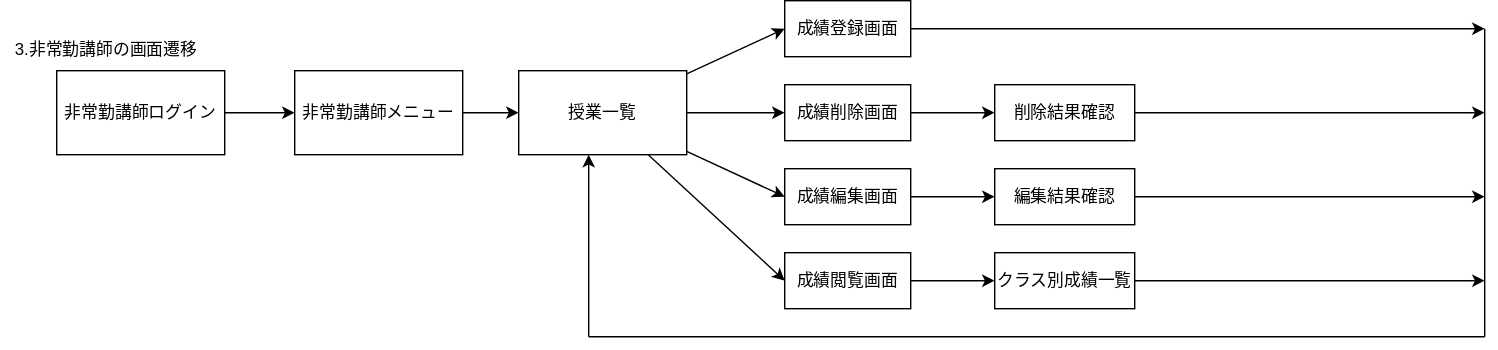
Skypeace8585/uml-introduction keeps this draw.io diagram as teamG5.drawio.svg. Above is the earlier version. Source tidied: cells renumbered, new cells last; positions are measured from the earlier drawing's top-left corner, leaving out a move shared by most shapes.
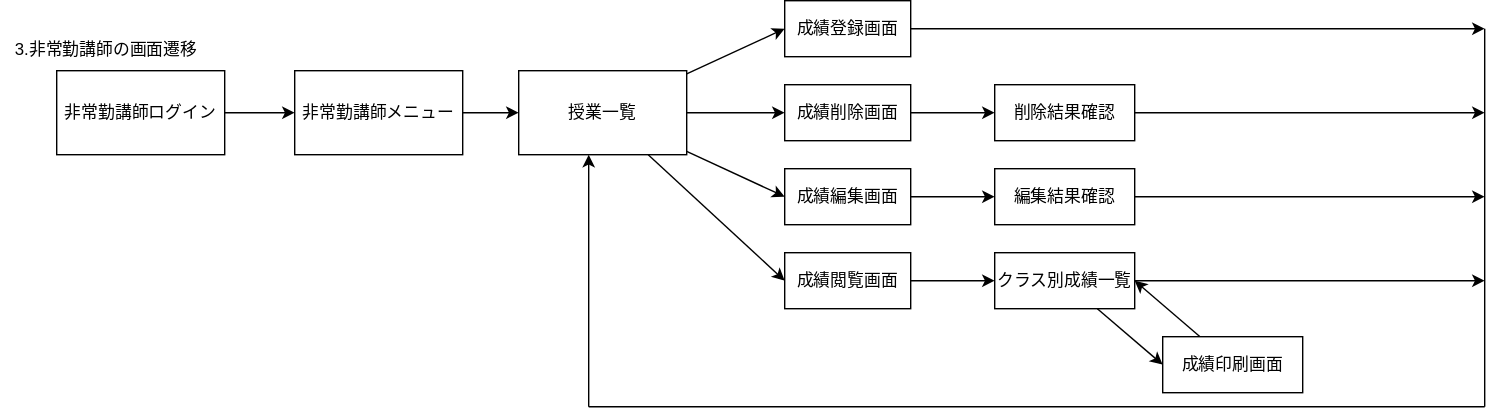
Later version of the same file.

The edit, as a diff of the source:
```diff
@@ -79,29 +79,38 @@
         <mxPoint x="1060" y="200" as="targetPoint" />
       </mxGeometry>
     </mxCell>
+    <mxCell id="29" style="edgeStyle=none;html=1;entryX=0;entryY=0.5;entryDx=0;entryDy=0;" parent="1" edge="1" source="25" target="31">
+      <mxGeometry relative="1" as="geometry" />
+    </mxCell>
     <mxCell id="25" value="クラス別成績一覧" style="rounded=0;whiteSpace=wrap;html=1;" parent="1" vertex="1">
       <mxGeometry x="710" y="180" width="100" height="40" as="geometry" />
     </mxCell>
     <mxCell id="26" style="endArrow=none;html=1;" parent="1" edge="1">
       <mxGeometry relative="1" as="geometry">
-        <mxPoint x="1060" y="240" as="sourcePoint" />
+        <mxPoint x="1060" y="290" as="sourcePoint" />
         <mxPoint x="1060" y="20" as="targetPoint" />
       </mxGeometry>
     </mxCell>
     <mxCell id="27" style="endArrow=none;html=1;" parent="1" edge="1">
       <mxGeometry relative="1" as="geometry">
-        <mxPoint x="420" y="240" as="sourcePoint" />
-        <mxPoint x="1060" y="240" as="targetPoint" />
+        <mxPoint x="420" y="290" as="sourcePoint" />
+        <mxPoint x="1060" y="290" as="targetPoint" />
         <Array as="points">
-          <mxPoint x="740" y="240" />
+          <mxPoint x="740" y="290" />
         </Array>
       </mxGeometry>
     </mxCell>
     <mxCell id="28" style="endArrow=classic;html=1;entryX=0.408;entryY=1.001;entryDx=0;entryDy=0;entryPerimeter=0;" parent="1" edge="1">
       <mxGeometry relative="1" as="geometry">
-        <mxPoint x="420" y="240" as="sourcePoint" />
+        <mxPoint x="420" y="290" as="sourcePoint" />
         <mxPoint x="420" y="110" as="targetPoint" />
       </mxGeometry>
     </mxCell>
+    <mxCell id="30" style="edgeStyle=none;html=1;entryX=1;entryY=0.5;entryDx=0;entryDy=0;" parent="1" edge="1" source="31" target="25">
+      <mxGeometry relative="1" as="geometry" />
+    </mxCell>
+    <mxCell id="31" value="成績印刷画面" style="rounded=0;whiteSpace=wrap;html=1;" parent="1" vertex="1">
+      <mxGeometry x="830" y="240" width="100" height="40" as="geometry" />
+    </mxCell>
   </root>
 </mxGraphModel>
```
